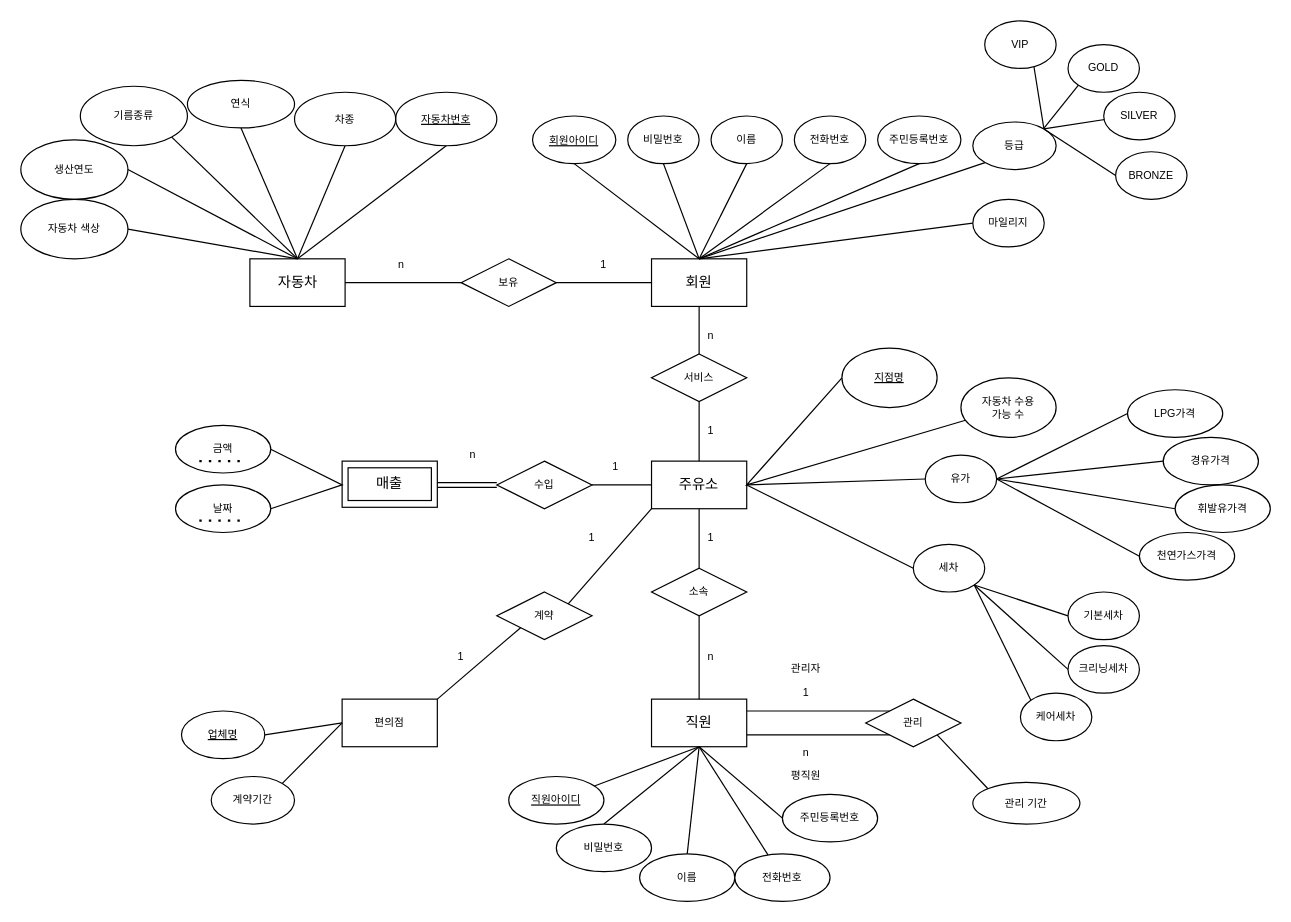
Earlier version of the draw.io diagram Untitled Diagram.drawio (junki1912/DataBase_base). Source tidied: cells renumbered, new cells numbered last; positions are measured from the earlier drawing's top-left corner, leaving out a move shared by most shapes. Both pictures are drawn from the tidied source at 119%, with x=0, y=0 at pixel (20, 20).
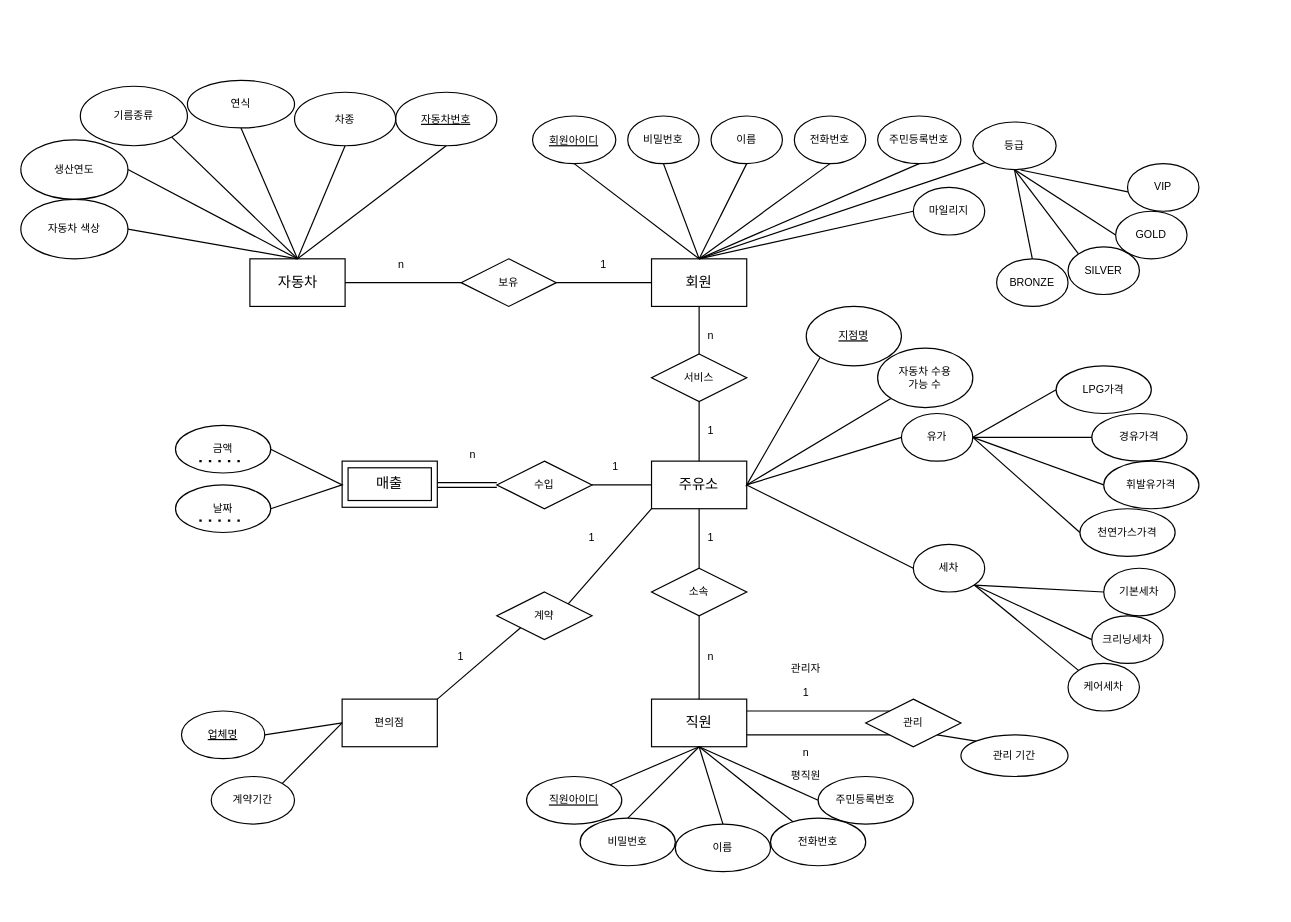
The same page after the edit.

Unchanged cells that the change refers to:
```xml
<mxCell id="15" value="등급" style="ellipse;whiteSpace=wrap;html=1;fontSize=9;" parent="1" vertex="1">
  <mxGeometry x="800" y="85" width="70" height="40" as="geometry" />
</mxCell>
```

Diff of the diagram source:
```diff
@@
     <mxCell id="2" value="유가" style="ellipse;whiteSpace=wrap;html=1;fontSize=9;" parent="1" vertex="1">
-      <mxGeometry x="760" y="365" width="60" height="40" as="geometry" />
+      <mxGeometry x="740" y="330" width="60" height="40" as="geometry" />
     </mxCell>
@@
     <mxCell id="8" value="마일리지" style="ellipse;whiteSpace=wrap;html=1;fontSize=9;" parent="1" vertex="1">
-      <mxGeometry x="800" y="150" width="60" height="40" as="geometry" />
+      <mxGeometry x="750" y="140" width="60" height="40" as="geometry" />
     </mxCell>
@@
-    <mxCell id="18" style="endArrow=none;html=1;rounded=0;fontSize=9;exitX=1;exitY=0;exitDx=0;exitDy=0;" parent="1" edge="1" source="15">
-      <mxGeometry relative="1" as="geometry">
-        <mxPoint x="850" y="30" as="targetPoint" />
-      </mxGeometry>
+    <mxCell id="18" style="endArrow=none;html=1;rounded=0;fontSize=9;exitX=0.574;exitY=1.009;exitDx=0;exitDy=0;entryX=0.005;entryY=0.594;entryDx=0;entryDy=0;entryPerimeter=0;exitPerimeter=0;" parent="1" edge="1" source="15" target="23">
+      <mxGeometry relative="1" as="geometry" />
     </mxCell>
-    <mxCell id="19" style="endArrow=none;html=1;rounded=0;fontSize=9;" parent="1" edge="1">
-      <mxGeometry relative="1" as="geometry">
-        <mxPoint x="860" y="90" as="sourcePoint" />
-        <mxPoint x="900" y="40" as="targetPoint" />
-      </mxGeometry>
+    <mxCell id="19" style="endArrow=none;html=1;rounded=0;fontSize=9;entryX=0;entryY=0.5;entryDx=0;entryDy=0;exitX=0.5;exitY=1;exitDx=0;exitDy=0;" parent="1" edge="1" source="15" target="22">
+      <mxGeometry relative="1" as="geometry" />
     </mxCell>
-    <mxCell id="20" style="endArrow=none;html=1;rounded=0;fontSize=9;exitX=1;exitY=0;exitDx=0;exitDy=0;" parent="1" edge="1" source="15">
-      <mxGeometry relative="1" as="geometry">
-        <mxPoint x="930" y="80" as="targetPoint" />
-      </mxGeometry>
+    <mxCell id="20" style="endArrow=none;html=1;rounded=0;fontSize=9;exitX=0.5;exitY=1;exitDx=0;exitDy=0;entryX=0;entryY=0;entryDx=0;entryDy=0;" parent="1" edge="1" source="15" target="21">
+      <mxGeometry relative="1" as="geometry" />
     </mxCell>
     <mxCell id="21" value="SILVER" style="ellipse;whiteSpace=wrap;html=1;fontSize=9;" parent="1" vertex="1">
-      <mxGeometry x="910" y="60" width="60" height="40" as="geometry" />
+      <mxGeometry x="880" y="190" width="60" height="40" as="geometry" />
     </mxCell>
     <mxCell id="22" value="GOLD" style="ellipse;whiteSpace=wrap;html=1;fontSize=9;" parent="1" vertex="1">
-      <mxGeometry x="880" y="20" width="60" height="40" as="geometry" />
+      <mxGeometry x="920" y="160" width="60" height="40" as="geometry" />
     </mxCell>
     <mxCell id="23" value="VIP" style="ellipse;whiteSpace=wrap;html=1;fontSize=9;" parent="1" vertex="1">
-      <mxGeometry x="810" width="60" height="40" as="geometry" />
+      <mxGeometry x="930" y="120" width="60" height="40" as="geometry" />
     </mxCell>
     <mxCell id="24" value="BRONZE" style="ellipse;whiteSpace=wrap;html=1;fontSize=9;" parent="1" vertex="1">
-      <mxGeometry x="920" y="110" width="60" height="40" as="geometry" />
+      <mxGeometry x="820" y="200" width="60" height="40" as="geometry" />
     </mxCell>
-    <mxCell id="25" style="endArrow=none;html=1;rounded=0;fontSize=9;entryX=0;entryY=0.5;entryDx=0;entryDy=0;exitX=1;exitY=0;exitDx=0;exitDy=0;" parent="1" edge="1" source="15" target="24">
+    <mxCell id="25" style="endArrow=none;html=1;rounded=0;fontSize=9;entryX=0.5;entryY=0;entryDx=0;entryDy=0;exitX=0.5;exitY=1;exitDx=0;exitDy=0;" parent="1" edge="1" source="15" target="24">
       <mxGeometry relative="1" as="geometry" />
     </mxCell>
@@
     <mxCell id="27" value="&lt;u&gt;직원아이디&lt;/u&gt;" style="ellipse;whiteSpace=wrap;html=1;fontSize=9;" parent="1" vertex="1">
-      <mxGeometry x="410" y="635" width="80" height="40" as="geometry" />
+      <mxGeometry x="425" y="635" width="80" height="40" as="geometry" />
     </mxCell>
     <mxCell id="28" value="비밀번호" style="ellipse;whiteSpace=wrap;html=1;fontSize=9;" parent="1" vertex="1">
-      <mxGeometry x="450" y="675" width="80" height="40" as="geometry" />
+      <mxGeometry x="470" y="670" width="80" height="40" as="geometry" />
     </mxCell>
     <mxCell id="29" value="주민등록번호" style="ellipse;whiteSpace=wrap;html=1;fontSize=9;" parent="1" vertex="1">
-      <mxGeometry x="640" y="650" width="80" height="40" as="geometry" />
+      <mxGeometry x="670" y="635" width="80" height="40" as="geometry" />
     </mxCell>
     <mxCell id="30" value="이름" style="ellipse;whiteSpace=wrap;html=1;fontSize=9;" parent="1" vertex="1">
-      <mxGeometry x="520" y="700" width="80" height="40" as="geometry" />
+      <mxGeometry x="550" y="675" width="80" height="40" as="geometry" />
     </mxCell>
     <mxCell id="31" value="전화번호" style="ellipse;whiteSpace=wrap;html=1;fontSize=9;" parent="1" vertex="1">
-      <mxGeometry x="600" y="700" width="80" height="40" as="geometry" />
+      <mxGeometry x="630" y="670" width="80" height="40" as="geometry" />
     </mxCell>
@@
     <mxCell id="40" value="&lt;u&gt;지점명&lt;/u&gt;" style="ellipse;whiteSpace=wrap;html=1;fontSize=9;" parent="1" vertex="1">
-      <mxGeometry x="690" y="275" width="80" height="50" as="geometry" />
+      <mxGeometry x="660" y="240" width="80" height="50" as="geometry" />
     </mxCell>
     <mxCell id="41" value="자동차 수용 &lt;br&gt;가능 수" style="ellipse;whiteSpace=wrap;html=1;fontSize=9;" parent="1" vertex="1">
-      <mxGeometry x="790" y="300" width="80" height="50" as="geometry" />
+      <mxGeometry x="720" y="275" width="80" height="50" as="geometry" />
     </mxCell>
-    <mxCell id="42" style="endArrow=none;html=1;rounded=0;fontSize=9;entryX=0;entryY=0.5;entryDx=0;entryDy=0;" parent="1" edge="1" source="41" target="40">
+    <mxCell id="42" style="endArrow=none;html=1;rounded=0;fontSize=9;entryX=0;entryY=1;entryDx=0;entryDy=0;" parent="1" edge="1" source="41" target="40">
       <mxGeometry relative="1" as="geometry">
         <Array as="points">
           <mxPoint x="610" y="390" />
         </Array>
       </mxGeometry>
     </mxCell>
@@
     <mxCell id="59" value="LPG가격" style="ellipse;whiteSpace=wrap;html=1;fontSize=9;" parent="1" vertex="1">
-      <mxGeometry x="930" y="310" width="80" height="40" as="geometry" />
+      <mxGeometry x="870" y="290" width="80" height="40" as="geometry" />
     </mxCell>
     <mxCell id="60" value="경유가격" style="ellipse;whiteSpace=wrap;html=1;fontSize=9;" parent="1" vertex="1">
-      <mxGeometry x="960" y="350" width="80" height="40" as="geometry" />
+      <mxGeometry x="900" y="330" width="80" height="40" as="geometry" />
     </mxCell>
     <mxCell id="61" value="휘발유가격" style="ellipse;whiteSpace=wrap;html=1;fontSize=9;" parent="1" vertex="1">
-      <mxGeometry x="970" y="390" width="80" height="40" as="geometry" />
+      <mxGeometry x="910" y="370" width="80" height="40" as="geometry" />
     </mxCell>
     <mxCell id="62" value="천연가스가격" style="ellipse;whiteSpace=wrap;html=1;fontSize=9;" parent="1" vertex="1">
-      <mxGeometry x="940" y="430" width="80" height="40" as="geometry" />
+      <mxGeometry x="890" y="410" width="80" height="40" as="geometry" />
     </mxCell>
@@
     <mxCell id="68" value="기본세차" style="ellipse;whiteSpace=wrap;html=1;fontSize=9;" parent="1" vertex="1">
-      <mxGeometry x="880" y="480" width="60" height="40" as="geometry" />
+      <mxGeometry x="910" y="460" width="60" height="40" as="geometry" />
     </mxCell>
     <mxCell id="69" value="크리닝세차" style="ellipse;whiteSpace=wrap;html=1;fontSize=9;" parent="1" vertex="1">
-      <mxGeometry x="880" y="525" width="60" height="40" as="geometry" />
+      <mxGeometry x="900" y="500" width="60" height="40" as="geometry" />
     </mxCell>
     <mxCell id="70" value="케어세차" style="ellipse;whiteSpace=wrap;html=1;fontSize=9;" parent="1" vertex="1">
-      <mxGeometry x="840" y="565" width="60" height="40" as="geometry" />
+      <mxGeometry x="880" y="540" width="60" height="40" as="geometry" />
     </mxCell>
@@
     <mxCell id="100" value="관리 기간" style="ellipse;whiteSpace=wrap;html=1;fontSize=9;" parent="1" vertex="1">
-      <mxGeometry x="800" y="640" width="90" height="35" as="geometry" />
+      <mxGeometry x="790" y="600" width="90" height="35" as="geometry" />
     </mxCell>
```
